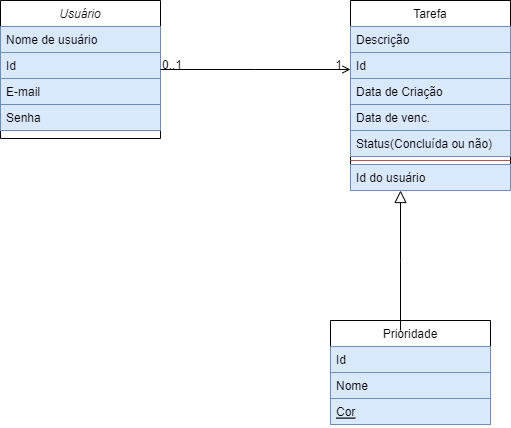
This is Diagrama da poo.drawio.png from Kawanpacheco/POOunemat, a draw.io export, as it was before one commit. Source tidied: cells renumbered, new cells last; positions are measured from the earlier drawing's top-left corner, leaving out a move shared by most shapes.
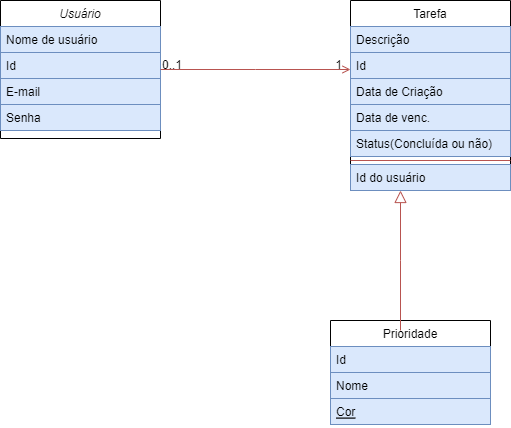
After the commit.

What changed in the source:
```diff
@@ -53,7 +53,7 @@
     <mxCell id="18" value="Id do usuário" style="text;align=left;verticalAlign=top;spacingLeft=4;spacingRight=4;overflow=hidden;fillColor=#dae8fc;strokeColor=#6c8ebf;" parent="11" vertex="1">
       <mxGeometry y="164" width="160" height="26" as="geometry" />
     </mxCell>
-    <mxCell id="19" style="endArrow=open;shadow=0;strokeWidth=1;rounded=0;endFill=1;edgeStyle=elbowEdgeStyle;elbow=vertical;" parent="1" edge="1" source="2" target="11">
+    <mxCell id="19" style="endArrow=open;shadow=0;strokeWidth=1;rounded=0;endFill=1;edgeStyle=elbowEdgeStyle;elbow=vertical;fillColor=#f8cecc;strokeColor=#b85450;" parent="1" edge="1" source="2" target="11">
       <mxGeometry x="0.5" y="41" relative="1" as="geometry">
         <mxPoint x="-40" y="32" as="offset" />
       </mxGeometry>
@@ -68,7 +68,7 @@
         <mxPoint x="-7" y="4" as="offset" />
       </mxGeometry>
     </mxCell>
-    <mxCell id="22" style="endArrow=block;endSize=10;endFill=0;shadow=0;strokeWidth=1;rounded=0;edgeStyle=elbowEdgeStyle;elbow=vertical;" parent="1" edge="1">
+    <mxCell id="22" style="endArrow=block;endSize=10;endFill=0;shadow=0;strokeWidth=1;rounded=0;edgeStyle=elbowEdgeStyle;elbow=vertical;fillColor=#f8cecc;strokeColor=#b85450;" parent="1" edge="1">
       <mxGeometry relative="1" as="geometry">
         <mxPoint x="400" y="330" as="sourcePoint" />
         <mxPoint x="400" y="190" as="targetPoint" />
```
